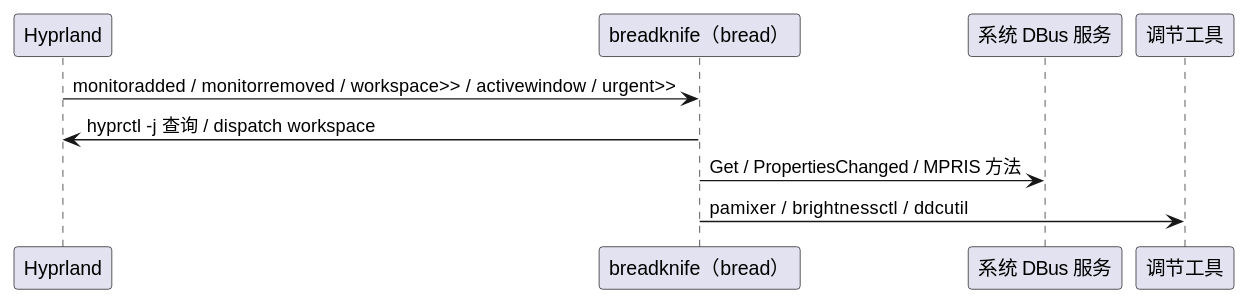
Earlier version of the PlantUML export diagram/breadknife-provider.svg (54m43lJ/BreadKnife).
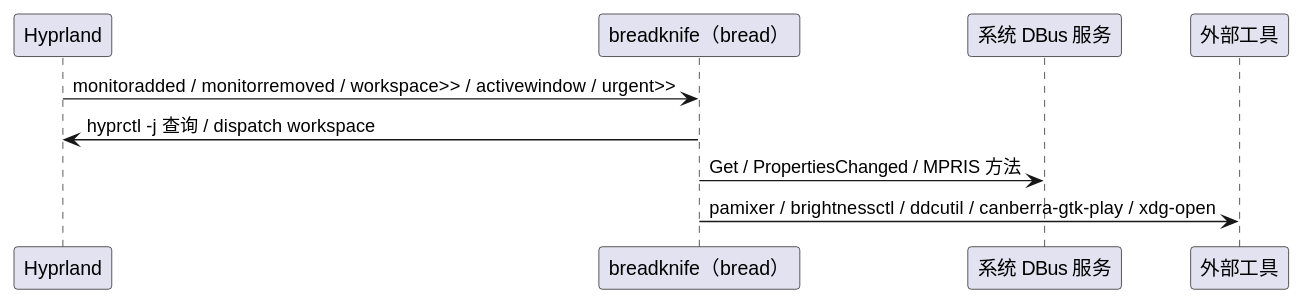
The same diagram one commit later.

What changed in the source:
```diff
@@ -2,10 +2,10 @@
 participant "Hyprland" as hypr
 participant "breadknife（bread）" as bread
 participant "系统 DBus 服务" as svc
-participant "调节工具" as tools
+participant "外部工具" as tools
 
 hypr -> bread: monitoradded / monitorremoved / workspace>> / activewindow / urgent>>
 bread -> hypr: hyprctl -j 查询 / dispatch workspace
 bread -> svc: Get / PropertiesChanged / MPRIS 方法
-bread -> tools: pamixer / brightnessctl / ddcutil
+bread -> tools: pamixer / brightnessctl / ddcutil / canberra-gtk-play / xdg-open
 @enduml
```
